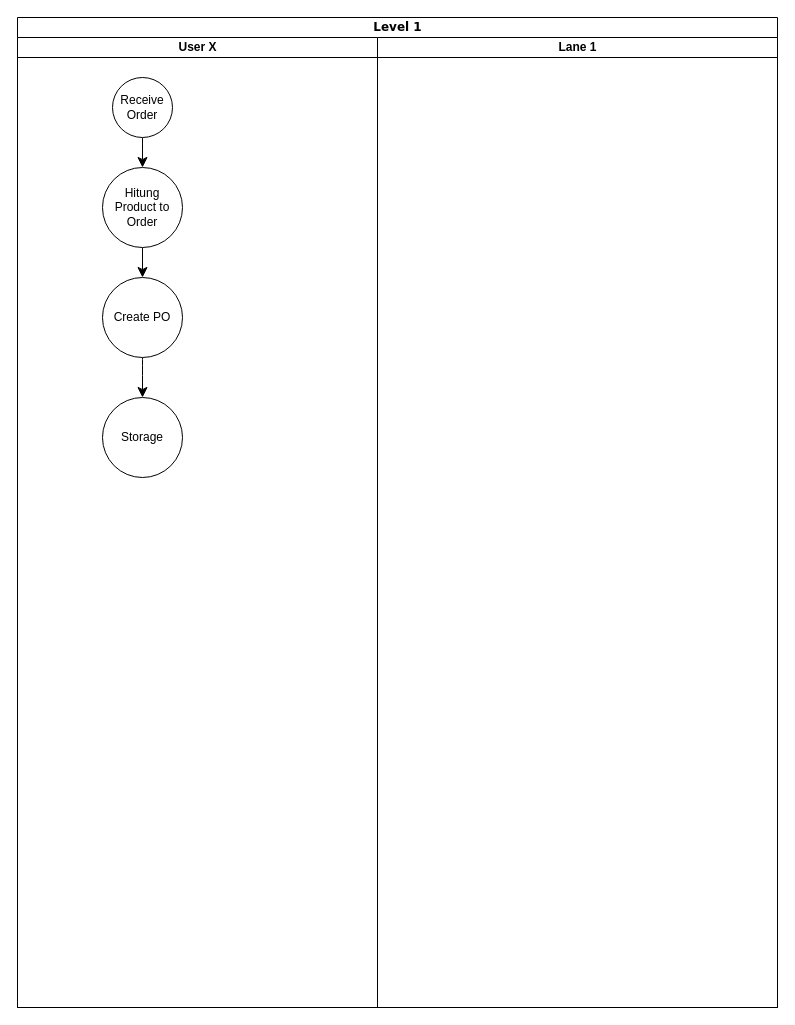
Above: page "Lvl 1 Receiving" (4 of 5) of Untitled Diagram.drawio in hendrasaputra0501/pemi-ay-bpa (draw.io), before the change. Source tidied: cells renumbered, new cells numbered last; positions are measured from the earlier drawing's top-left corner, leaving out a move shared by most shapes. Both pictures are drawn from the tidied source at 100%, with x=0, y=0 at pixel (17, 17).
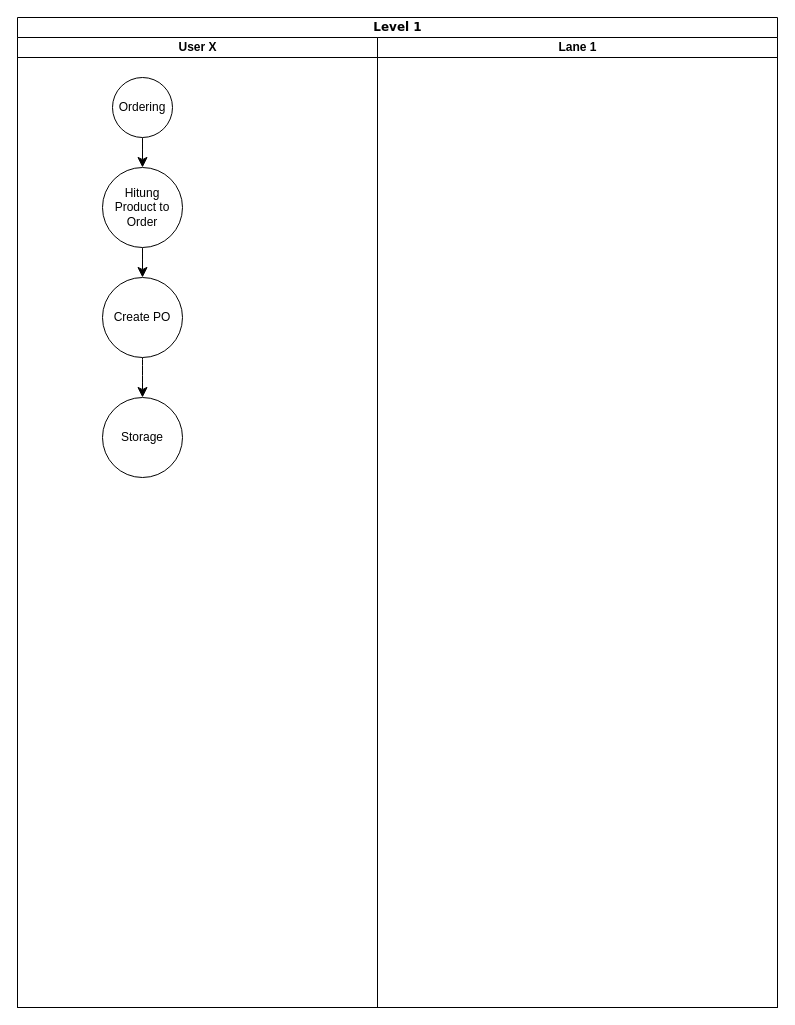
After the change.

Diff of the diagram source:
```diff
@@
 <mxGraphModel>
   <root>
     <mxCell id="0" />
     <mxCell id="1" parent="0" />
     <mxCell id="2" value="Level 1" style="swimlane;html=1;startSize=20;rounded=0;shadow=0;comic=0;labelBackgroundColor=none;strokeWidth=1;fontFamily=Verdana;fontSize=12;align=center;" parent="1" vertex="1">
       <mxGeometry width="760" height="990" as="geometry" />
     </mxCell>
     <mxCell id="3" value="User X" style="swimlane;html=1;startSize=20;" parent="2" vertex="1">
       <mxGeometry y="20" width="360" height="970" as="geometry" />
     </mxCell>
     <mxCell id="4" style="edgeStyle=none;curved=1;rounded=0;orthogonalLoop=1;jettySize=auto;html=1;exitX=0.75;exitY=0;exitDx=0;exitDy=0;fontSize=12;startSize=8;endSize=8;" parent="3" edge="1">
       <mxGeometry relative="1" as="geometry">
         <mxPoint x="100" y="80" as="sourcePoint" />
         <mxPoint x="100" y="80" as="targetPoint" />
       </mxGeometry>
     </mxCell>
     <mxCell id="5" style="edgeStyle=none;curved=1;rounded=0;jettySize=auto;html=1;entryX=0.5;entryY=0;entryDx=0;entryDy=0;fontSize=12;startSize=8;endSize=8;" parent="3" edge="1" source="6">
       <mxGeometry relative="1" as="geometry">
         <mxPoint x="125" y="130" as="targetPoint" />
       </mxGeometry>
     </mxCell>
-    <mxCell id="6" value="Receive&lt;br&gt;Order" style="ellipse;whiteSpace=wrap;html=1;" parent="3" vertex="1">
+    <mxCell id="6" value="Ordering" style="ellipse;whiteSpace=wrap;html=1;" parent="3" vertex="1">
       <mxGeometry x="95" y="40" width="60" height="60" as="geometry" />
     </mxCell>
     <mxCell id="7" style="edgeStyle=none;curved=1;rounded=0;jettySize=auto;html=1;entryX=0.5;entryY=0;entryDx=0;entryDy=0;fontSize=12;startSize=8;endSize=8;" parent="3" edge="1" source="8" target="10">
       <mxGeometry relative="1" as="geometry" />
     </mxCell>
     <mxCell id="8" value="Hitung Product to Order" style="ellipse;whiteSpace=wrap;html=1;" parent="3" vertex="1">
       <mxGeometry x="85" y="130" width="80" height="80" as="geometry" />
     </mxCell>
     <mxCell id="9" style="edgeStyle=none;curved=1;rounded=0;jettySize=auto;html=1;fontSize=12;startSize=8;endSize=8;" parent="3" edge="1" source="10" target="11">
       <mxGeometry relative="1" as="geometry" />
     </mxCell>
     <mxCell id="10" value="Create PO" style="ellipse;whiteSpace=wrap;html=1;" parent="3" vertex="1">
       <mxGeometry x="85" y="240" width="80" height="80" as="geometry" />
     </mxCell>
     <mxCell id="11" value="Storage" style="ellipse;whiteSpace=wrap;html=1;" parent="3" vertex="1">
       <mxGeometry x="85" y="360" width="80" height="80" as="geometry" />
     </mxCell>
     <mxCell id="12" value="Lane 1" style="swimlane;html=1;startSize=20;" parent="2" vertex="1">
       <mxGeometry x="360" y="20" width="400" height="970" as="geometry" />
     </mxCell>
     <mxCell id="13" style="edgeStyle=none;curved=1;rounded=0;orthogonalLoop=1;jettySize=auto;html=1;exitX=0.75;exitY=0;exitDx=0;exitDy=0;fontSize=12;startSize=8;endSize=8;" parent="12" edge="1">
       <mxGeometry relative="1" as="geometry">
         <mxPoint x="100" y="80" as="sourcePoint" />
         <mxPoint x="100" y="80" as="targetPoint" />
       </mxGeometry>
     </mxCell>
   </root>
 </mxGraphModel>
```
